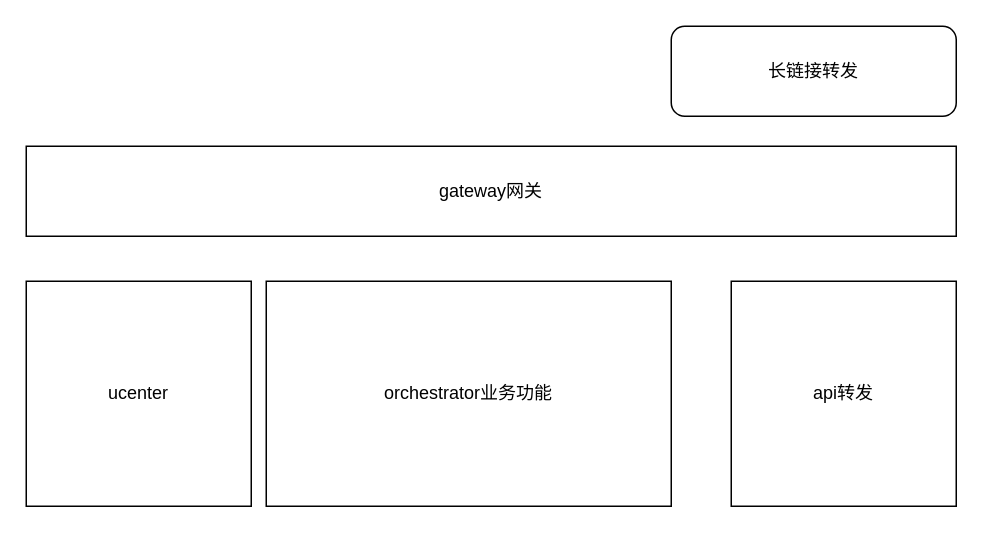
The draw.io diagram rpa_orchestrator项目结构图.drawio in sunhj000/draw, before the edit. Source tidied: cells renumbered, new cells numbered last; positions are measured from the earlier drawing's top-left corner, leaving out a move shared by most shapes. Both pictures are drawn from the tidied source at 150%, with x=0, y=0 at pixel (26, 26).
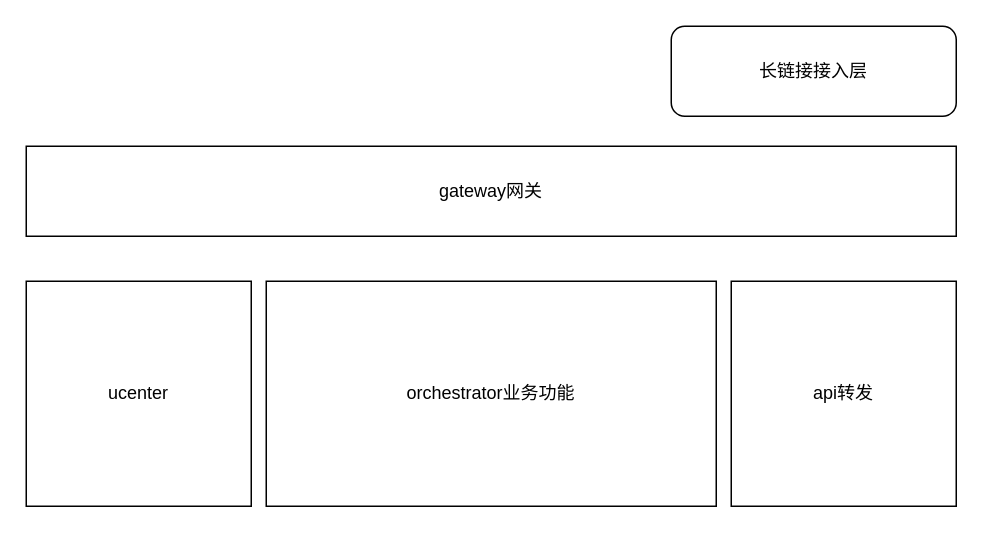
The same diagram, later.

Commit message:
Update rpa_orchestrator项目结构图.drawio

What changed in the source:
```diff
@@
 <mxGraphModel>
   <root>
     <mxCell id="0" />
     <mxCell id="1" parent="0" />
     <mxCell id="2" value="gateway网关&lt;br&gt;" style="rounded=0;whiteSpace=wrap;html=1;" parent="1" vertex="1">
       <mxGeometry y="80" width="620" height="60" as="geometry" />
     </mxCell>
     <mxCell id="3" value="ucenter&lt;br&gt;" style="whiteSpace=wrap;html=1;" parent="1" vertex="1">
       <mxGeometry y="170" width="150" height="150" as="geometry" />
     </mxCell>
     <mxCell id="4" value="orchestrator业务功能" style="rounded=0;whiteSpace=wrap;html=1;" parent="1" vertex="1">
-      <mxGeometry x="160" y="170" width="270" height="150" as="geometry" />
+      <mxGeometry x="160" y="170" width="300" height="150" as="geometry" />
     </mxCell>
     <mxCell id="5" value="api转发&lt;br&gt;" style="whiteSpace=wrap;html=1;" parent="1" vertex="1">
       <mxGeometry x="470" y="170" width="150" height="150" as="geometry" />
     </mxCell>
-    <mxCell id="6" value="长链接转发" style="rounded=1;whiteSpace=wrap;html=1;" parent="1" vertex="1">
+    <mxCell id="6" value="长链接接入层" style="rounded=1;whiteSpace=wrap;html=1;" parent="1" vertex="1">
       <mxGeometry x="430" width="190" height="60" as="geometry" />
     </mxCell>
   </root>
 </mxGraphModel>
```
